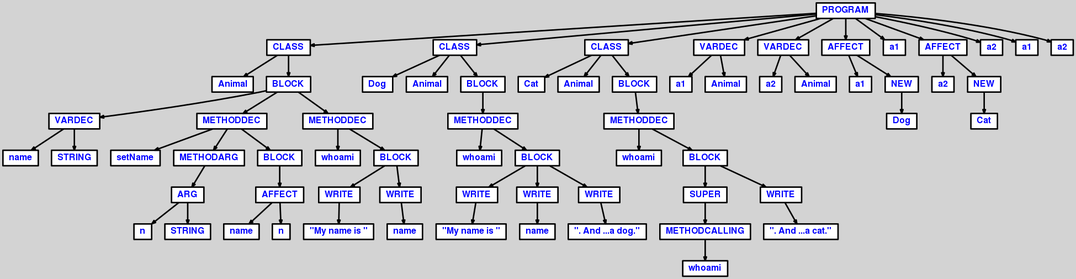
Earlier version of the Graphviz export AST/ASTprogtestlvl4.png (AOSauron/compiler-clooc). Its source is kept beside it as AST/ASTprogtestlvl4.dot. Its diagram source:
```dot
digraph {

	ordering=out;
	ranksep=.4;
	bgcolor="lightgrey"; node [shape=box, fixedsize=false, fontsize=12, fontname="Helvetica-bold", fontcolor="blue"
		width=.25, height=.25, color="black", fillcolor="white", style="filled, solid, bold"];
	edge [arrowsize=.5, color="black", style="bold"]

  n0 [label="PROGRAM"];
  n1 [label="CLASS"];
  n1 [label="CLASS"];
  n2 [label="Animal"];
  n3 [label="BLOCK"];
  n3 [label="BLOCK"];
  n4 [label="VARDEC"];
  n4 [label="VARDEC"];
  n5 [label="name"];
  n6 [label="STRING"];
  n7 [label="METHODDEC"];
  n7 [label="METHODDEC"];
  n8 [label="setName"];
  n9 [label="METHODARG"];
  n9 [label="METHODARG"];
  n10 [label="ARG"];
  n10 [label="ARG"];
  n11 [label="n"];
  n12 [label="STRING"];
  n13 [label="BLOCK"];
  n13 [label="BLOCK"];
  n14 [label="AFFECT"];
  n14 [label="AFFECT"];
  n15 [label="name"];
  n16 [label="n"];
  n17 [label="METHODDEC"];
  n17 [label="METHODDEC"];
  n18 [label="whoami"];
  n19 [label="BLOCK"];
  n19 [label="BLOCK"];
  n20 [label="WRITE"];
  n20 [label="WRITE"];
  n21 [label="\"My name is \""];
  n22 [label="WRITE"];
  n22 [label="WRITE"];
  n23 [label="name"];
  n24 [label="CLASS"];
  n24 [label="CLASS"];
  n25 [label="Dog"];
  n26 [label="Animal"];
  n27 [label="BLOCK"];
  n27 [label="BLOCK"];
  n28 [label="METHODDEC"];
  n28 [label="METHODDEC"];
  n29 [label="whoami"];
  n30 [label="BLOCK"];
  n30 [label="BLOCK"];
  n31 [label="WRITE"];
  n31 [label="WRITE"];
  n32 [label="\"My name is \""];
  n33 [label="WRITE"];
  n33 [label="WRITE"];
  n34 [label="name"];
  n35 [label="WRITE"];
  n35 [label="WRITE"];
  n36 [label="\". And ...a dog.\""];
  n37 [label="CLASS"];
  n37 [label="CLASS"];
  n38 [label="Cat"];
  n39 [label="Animal"];
  n40 [label="BLOCK"];
  n40 [label="BLOCK"];
  n41 [label="METHODDEC"];
  n41 [label="METHODDEC"];
  n42 [label="whoami"];
  n43 [label="BLOCK"];
  n43 [label="BLOCK"];
  n44 [label="SUPER"];
  n44 [label="SUPER"];
  n45 [label="METHODCALLING"];
  n45 [label="METHODCALLING"];
  n46 [label="whoami"];
  n47 [label="WRITE"];
  n47 [label="WRITE"];
  n48 [label="\". And ...a cat.\""];
  n49 [label="VARDEC"];
  n49 [label="VARDEC"];
  n50 [label="a1"];
  n51 [label="Animal"];
  n52 [label="VARDEC"];
  n52 [label="VARDEC"];
  n53 [label="a2"];
  n54 [label="Animal"];
  n55 [label="AFFECT"];
  n55 [label="AFFECT"];
  n56 [label="a1"];
  n57 [label="NEW"];
  n57 [label="NEW"];
  n58 [label="Dog"];
  n59 [label="a1"];
  n60 [label="AFFECT"];
  n60 [label="AFFECT"];
  n61 [label="a2"];
  n62 [label="NEW"];
  n62 [label="NEW"];
  n63 [label="Cat"];
  n64 [label="a2"];
  n65 [label="a1"];
  n66 [label="a2"];

  n0 -> n1 // "PROGRAM" -> "CLASS"
  n1 -> n2 // "CLASS" -> "Animal"
  n1 -> n3 // "CLASS" -> "BLOCK"
  n3 -> n4 // "BLOCK" -> "VARDEC"
  n4 -> n5 // "VARDEC" -> "name"
  n4 -> n6 // "VARDEC" -> "STRING"
  n3 -> n7 // "BLOCK" -> "METHODDEC"
  n7 -> n8 // "METHODDEC" -> "setName"
  n7 -> n9 // "METHODDEC" -> "METHODARG"
  n9 -> n10 // "METHODARG" -> "ARG"
  n10 -> n11 // "ARG" -> "n"
  n10 -> n12 // "ARG" -> "STRING"
  n7 -> n13 // "METHODDEC" -> "BLOCK"
  n13 -> n14 // "BLOCK" -> "AFFECT"
  n14 -> n15 // "AFFECT" -> "name"
  n14 -> n16 // "AFFECT" -> "n"
  n3 -> n17 // "BLOCK" -> "METHODDEC"
  n17 -> n18 // "METHODDEC" -> "whoami"
  n17 -> n19 // "METHODDEC" -> "BLOCK"
  n19 -> n20 // "BLOCK" -> "WRITE"
  n20 -> n21 // "WRITE" -> "\"My name is \""
  n19 -> n22 // "BLOCK" -> "WRITE"
  n22 -> n23 // "WRITE" -> "name"
  n0 -> n24 // "PROGRAM" -> "CLASS"
  n24 -> n25 // "CLASS" -> "Dog"
  n24 -> n26 // "CLASS" -> "Animal"
  n24 -> n27 // "CLASS" -> "BLOCK"
  n27 -> n28 // "BLOCK" -> "METHODDEC"
  n28 -> n29 // "METHODDEC" -> "whoami"
  n28 -> n30 // "METHODDEC" -> "BLOCK"
  n30 -> n31 // "BLOCK" -> "WRITE"
  n31 -> n32 // "WRITE" -> "\"My name is \""
  n30 -> n33 // "BLOCK" -> "WRITE"
  n33 -> n34 // "WRITE" -> "name"
  n30 -> n35 // "BLOCK" -> "WRITE"
  n35 -> n36 // "WRITE" -> "\". And ...a dog.\""
  n0 -> n37 // "PROGRAM" -> "CLASS"
  n37 -> n38 // "CLASS" -> "Cat"
  n37 -> n39 // "CLASS" -> "Animal"
  n37 -> n40 // "CLASS" -> "BLOCK"
  n40 -> n41 // "BLOCK" -> "METHODDEC"
  n41 -> n42 // "METHODDEC" -> "whoami"
  n41 -> n43 // "METHODDEC" -> "BLOCK"
  n43 -> n44 // "BLOCK" -> "SUPER"
  n44 -> n45 // "SUPER" -> "METHODCALLING"
  n45 -> n46 // "METHODCALLING" -> "whoami"
  n43 -> n47 // "BLOCK" -> "WRITE"
  n47 -> n48 // "WRITE" -> "\". And ...a cat.\""
  n0 -> n49 // "PROGRAM" -> "VARDEC"
  n49 -> n50 // "VARDEC" -> "a1"
  n49 -> n51 // "VARDEC" -> "Animal"
  n0 -> n52 // "PROGRAM" -> "VARDEC"
  n52 -> n53 // "VARDEC" -> "a2"
  n52 -> n54 // "VARDEC" -> "Animal"
  n0 -> n55 // "PROGRAM" -> "AFFECT"
  n55 -> n56 // "AFFECT" -> "a1"
  n55 -> n57 // "AFFECT" -> "NEW"
  n57 -> n58 // "NEW" -> "Dog"
  n0 -> n59 // "PROGRAM" -> "a1"
  n0 -> n60 // "PROGRAM" -> "AFFECT"
  n60 -> n61 // "AFFECT" -> "a2"
  n60 -> n62 // "AFFECT" -> "NEW"
  n62 -> n63 // "NEW" -> "Cat"
  n0 -> n64 // "PROGRAM" -> "a2"
  n0 -> n65 // "PROGRAM" -> "a1"
  n0 -> n66 // "PROGRAM" -> "a2"

}
```
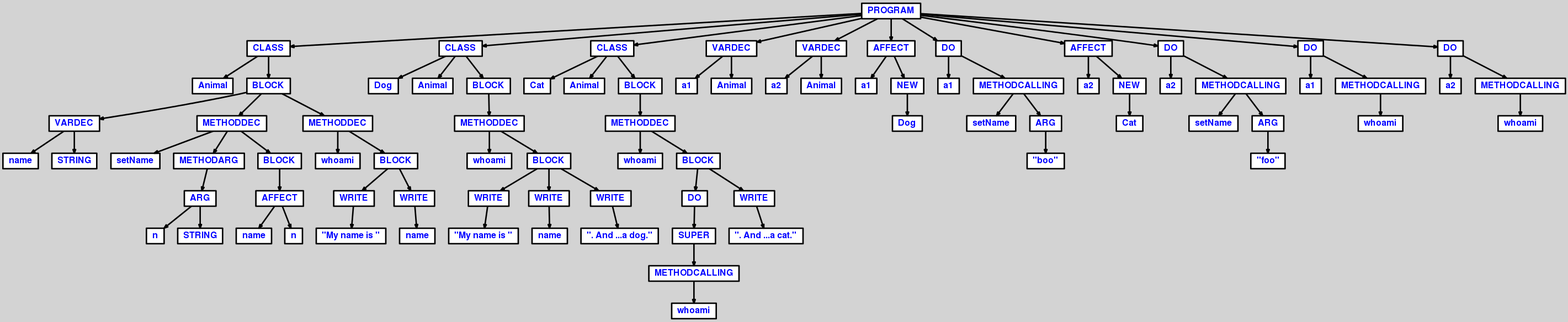
After the commit.

Diff of the diagram source:
```diff
@@ -73,38 +73,66 @@
   n42 [label="whoami"];
   n43 [label="BLOCK"];
   n43 [label="BLOCK"];
-  n44 [label="SUPER"];
-  n44 [label="SUPER"];
-  n45 [label="METHODCALLING"];
-  n45 [label="METHODCALLING"];
-  n46 [label="whoami"];
-  n47 [label="WRITE"];
-  n47 [label="WRITE"];
-  n48 [label="\". And ...a cat.\""];
-  n49 [label="VARDEC"];
-  n49 [label="VARDEC"];
-  n50 [label="a1"];
-  n51 [label="Animal"];
-  n52 [label="VARDEC"];
-  n52 [label="VARDEC"];
-  n53 [label="a2"];
-  n54 [label="Animal"];
-  n55 [label="AFFECT"];
-  n55 [label="AFFECT"];
-  n56 [label="a1"];
-  n57 [label="NEW"];
-  n57 [label="NEW"];
-  n58 [label="Dog"];
-  n59 [label="a1"];
-  n60 [label="AFFECT"];
-  n60 [label="AFFECT"];
-  n61 [label="a2"];
-  n62 [label="NEW"];
-  n62 [label="NEW"];
-  n63 [label="Cat"];
-  n64 [label="a2"];
-  n65 [label="a1"];
-  n66 [label="a2"];
+  n44 [label="DO"];
+  n44 [label="DO"];
+  n45 [label="SUPER"];
+  n45 [label="SUPER"];
+  n46 [label="METHODCALLING"];
+  n46 [label="METHODCALLING"];
+  n47 [label="whoami"];
+  n48 [label="WRITE"];
+  n48 [label="WRITE"];
+  n49 [label="\". And ...a cat.\""];
+  n50 [label="VARDEC"];
+  n50 [label="VARDEC"];
+  n51 [label="a1"];
+  n52 [label="Animal"];
+  n53 [label="VARDEC"];
+  n53 [label="VARDEC"];
+  n54 [label="a2"];
+  n55 [label="Animal"];
+  n56 [label="AFFECT"];
+  n56 [label="AFFECT"];
+  n57 [label="a1"];
+  n58 [label="NEW"];
+  n58 [label="NEW"];
+  n59 [label="Dog"];
+  n60 [label="DO"];
+  n60 [label="DO"];
+  n61 [label="a1"];
+  n62 [label="METHODCALLING"];
+  n62 [label="METHODCALLING"];
+  n63 [label="setName"];
+  n64 [label="ARG"];
+  n64 [label="ARG"];
+  n65 [label="\"boo\""];
+  n66 [label="AFFECT"];
+  n66 [label="AFFECT"];
+  n67 [label="a2"];
+  n68 [label="NEW"];
+  n68 [label="NEW"];
+  n69 [label="Cat"];
+  n70 [label="DO"];
+  n70 [label="DO"];
+  n71 [label="a2"];
+  n72 [label="METHODCALLING"];
+  n72 [label="METHODCALLING"];
+  n73 [label="setName"];
+  n74 [label="ARG"];
+  n74 [label="ARG"];
+  n75 [label="\"foo\""];
+  n76 [label="DO"];
+  n76 [label="DO"];
+  n77 [label="a1"];
+  n78 [label="METHODCALLING"];
+  n78 [label="METHODCALLING"];
+  n79 [label="whoami"];
+  n80 [label="DO"];
+  n80 [label="DO"];
+  n81 [label="a2"];
+  n82 [label="METHODCALLING"];
+  n82 [label="METHODCALLING"];
+  n83 [label="whoami"];
 
   n0 -> n1 // "PROGRAM" -> "CLASS"
   n1 -> n2 // "CLASS" -> "Animal"
@@ -149,28 +177,45 @@
   n40 -> n41 // "BLOCK" -> "METHODDEC"
   n41 -> n42 // "METHODDEC" -> "whoami"
   n41 -> n43 // "METHODDEC" -> "BLOCK"
-  n43 -> n44 // "BLOCK" -> "SUPER"
-  n44 -> n45 // "SUPER" -> "METHODCALLING"
-  n45 -> n46 // "METHODCALLING" -> "whoami"
-  n43 -> n47 // "BLOCK" -> "WRITE"
-  n47 -> n48 // "WRITE" -> "\". And ...a cat.\""
-  n0 -> n49 // "PROGRAM" -> "VARDEC"
-  n49 -> n50 // "VARDEC" -> "a1"
-  n49 -> n51 // "VARDEC" -> "Animal"
-  n0 -> n52 // "PROGRAM" -> "VARDEC"
-  n52 -> n53 // "VARDEC" -> "a2"
-  n52 -> n54 // "VARDEC" -> "Animal"
-  n0 -> n55 // "PROGRAM" -> "AFFECT"
-  n55 -> n56 // "AFFECT" -> "a1"
-  n55 -> n57 // "AFFECT" -> "NEW"
-  n57 -> n58 // "NEW" -> "Dog"
-  n0 -> n59 // "PROGRAM" -> "a1"
-  n0 -> n60 // "PROGRAM" -> "AFFECT"
-  n60 -> n61 // "AFFECT" -> "a2"
-  n60 -> n62 // "AFFECT" -> "NEW"
-  n62 -> n63 // "NEW" -> "Cat"
-  n0 -> n64 // "PROGRAM" -> "a2"
-  n0 -> n65 // "PROGRAM" -> "a1"
-  n0 -> n66 // "PROGRAM" -> "a2"
+  n43 -> n44 // "BLOCK" -> "DO"
+  n44 -> n45 // "DO" -> "SUPER"
+  n45 -> n46 // "SUPER" -> "METHODCALLING"
+  n46 -> n47 // "METHODCALLING" -> "whoami"
+  n43 -> n48 // "BLOCK" -> "WRITE"
+  n48 -> n49 // "WRITE" -> "\". And ...a cat.\""
+  n0 -> n50 // "PROGRAM" -> "VARDEC"
+  n50 -> n51 // "VARDEC" -> "a1"
+  n50 -> n52 // "VARDEC" -> "Animal"
+  n0 -> n53 // "PROGRAM" -> "VARDEC"
+  n53 -> n54 // "VARDEC" -> "a2"
+  n53 -> n55 // "VARDEC" -> "Animal"
+  n0 -> n56 // "PROGRAM" -> "AFFECT"
+  n56 -> n57 // "AFFECT" -> "a1"
+  n56 -> n58 // "AFFECT" -> "NEW"
+  n58 -> n59 // "NEW" -> "Dog"
+  n0 -> n60 // "PROGRAM" -> "DO"
+  n60 -> n61 // "DO" -> "a1"
+  n60 -> n62 // "DO" -> "METHODCALLING"
+  n62 -> n63 // "METHODCALLING" -> "setName"
+  n62 -> n64 // "METHODCALLING" -> "ARG"
+  n64 -> n65 // "ARG" -> "\"boo\""
+  n0 -> n66 // "PROGRAM" -> "AFFECT"
+  n66 -> n67 // "AFFECT" -> "a2"
+  n66 -> n68 // "AFFECT" -> "NEW"
+  n68 -> n69 // "NEW" -> "Cat"
+  n0 -> n70 // "PROGRAM" -> "DO"
+  n70 -> n71 // "DO" -> "a2"
+  n70 -> n72 // "DO" -> "METHODCALLING"
+  n72 -> n73 // "METHODCALLING" -> "setName"
+  n72 -> n74 // "METHODCALLING" -> "ARG"
+  n74 -> n75 // "ARG" -> "\"foo\""
+  n0 -> n76 // "PROGRAM" -> "DO"
+  n76 -> n77 // "DO" -> "a1"
+  n76 -> n78 // "DO" -> "METHODCALLING"
+  n78 -> n79 // "METHODCALLING" -> "whoami"
+  n0 -> n80 // "PROGRAM" -> "DO"
+  n80 -> n81 // "DO" -> "a2"
+  n80 -> n82 // "DO" -> "METHODCALLING"
+  n82 -> n83 // "METHODCALLING" -> "whoami"
 
 }
```
